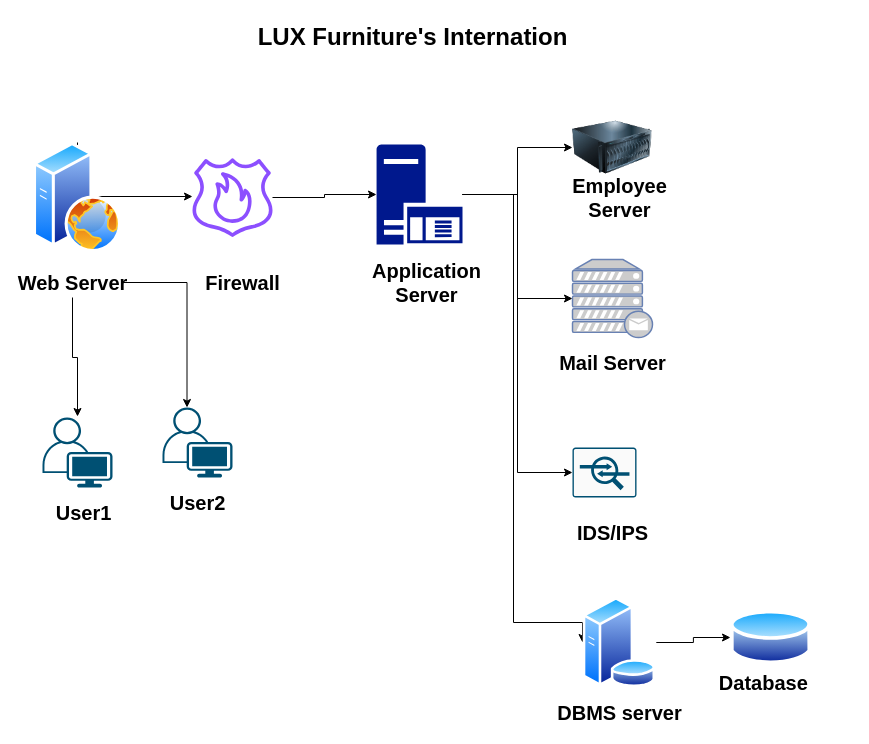
The draw.io diagram Untitled Diagram.drawio in AravindPedavalli/Database-Systems, before the edit. Source tidied: cells renumbered, new cells numbered last; positions are measured from the earlier drawing's top-left corner, leaving out a move shared by most shapes. Both pictures are drawn from the tidied source at 100%, with x=0, y=0 at pixel (22, 17).
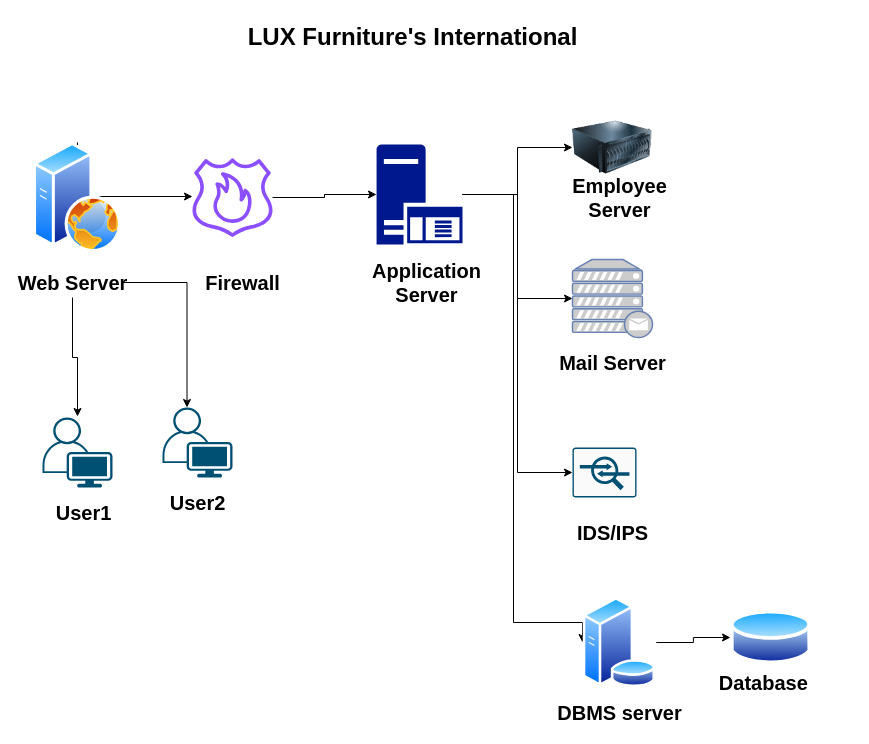
The same diagram, later.

Diff of the diagram source:
```diff
@@
-    <mxCell id="2" value="LUX Furniture's Internation&lt;br&gt;" style="text;strokeColor=none;fillColor=none;html=1;fontSize=24;fontStyle=1;verticalAlign=middle;align=center;" parent="1" vertex="1">
+    <mxCell id="2" value="LUX Furniture's International" style="text;strokeColor=none;fillColor=none;html=1;fontSize=24;fontStyle=1;verticalAlign=middle;align=center;" parent="1" vertex="1">
       <mxGeometry x="340" width="100" height="40" as="geometry" />
     </mxCell>
```
